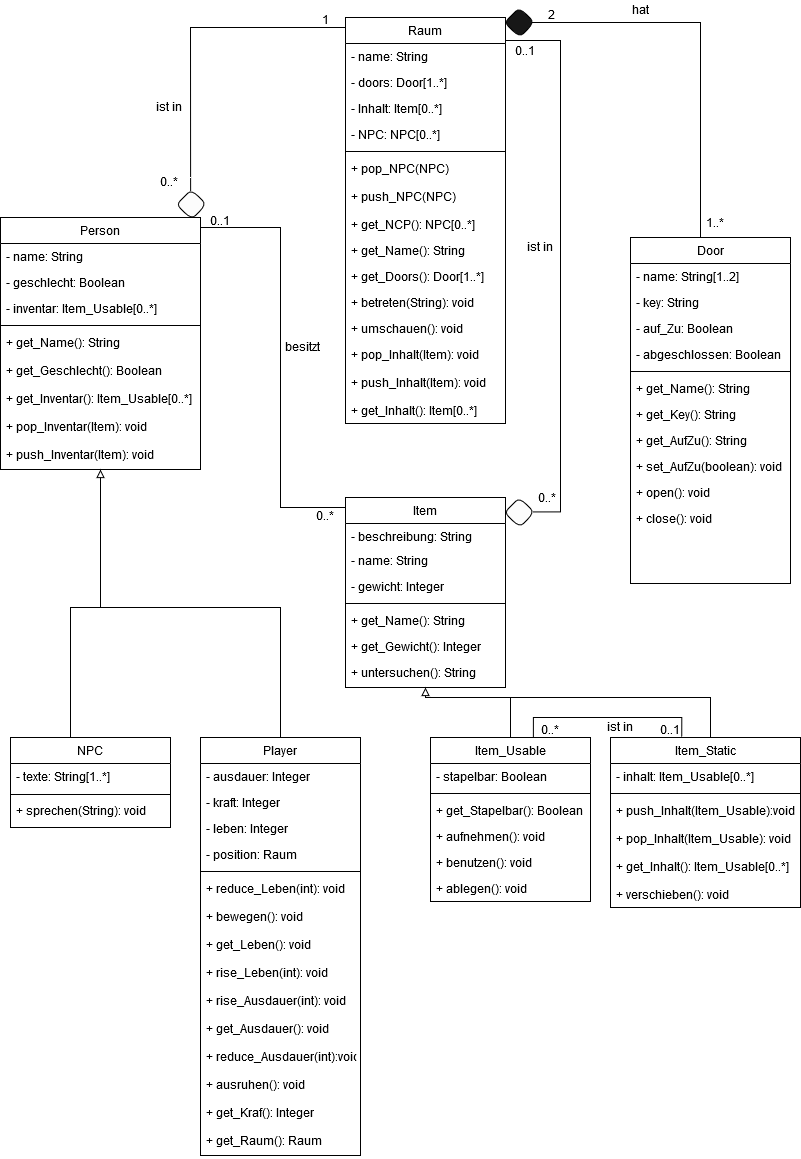
The draw.io diagram Klassendiagram.png in Elegond/AE-Text-Adventure, before a commit. Source tidied: cells renumbered, new cells last; positions are measured from the earlier drawing's top-left corner, leaving out a move shared by most shapes.
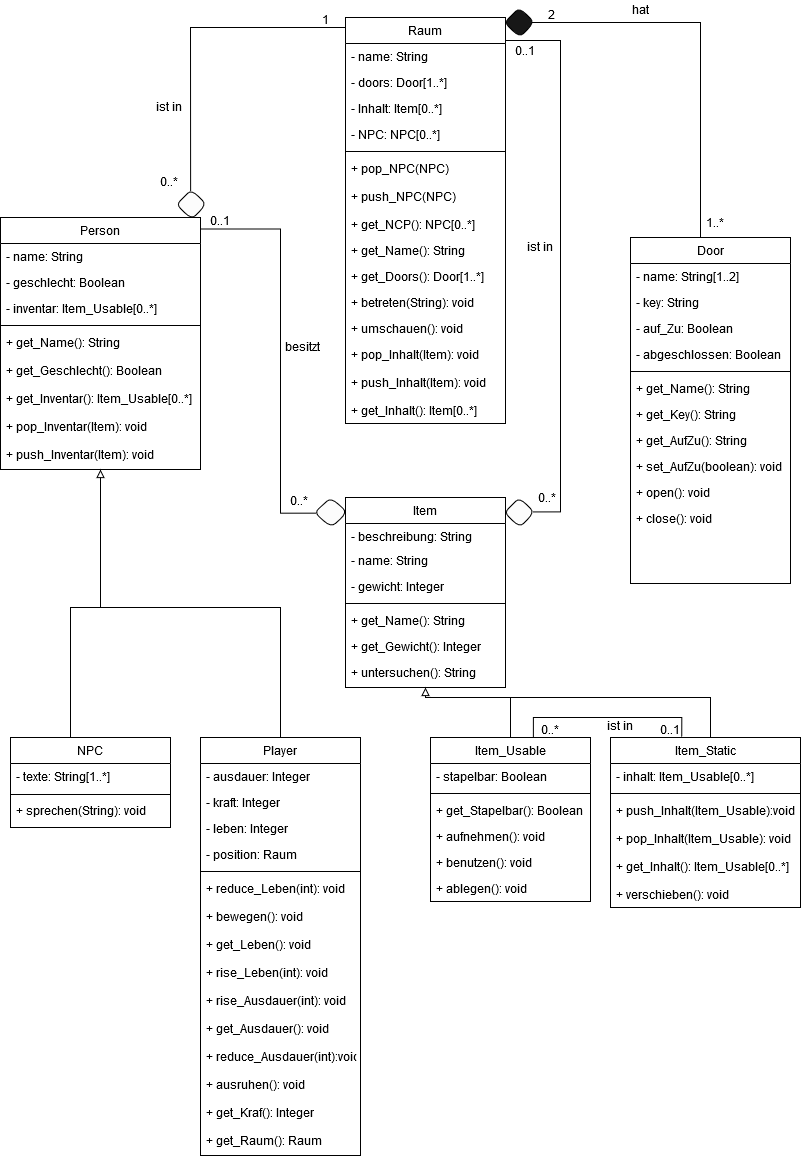
After the change.

The edit, as a diff of the source:
```diff
@@ -89,12 +89,11 @@
     <mxCell id="28" value="+ get_Inhalt(): Item[0..*]" style="text;align=left;verticalAlign=top;spacingLeft=4;spacingRight=4;overflow=hidden;" parent="13" vertex="1">
       <mxGeometry y="380" width="160" height="26" as="geometry" />
     </mxCell>
-    <mxCell id="29" style="edgeStyle=orthogonalEdgeStyle;rounded=0;jettySize=auto;html=1;exitX=0;exitY=0;exitDx=0;exitDy=0;entryX=0;entryY=1;entryDx=0;entryDy=0;endArrow=none;endFill=0;" parent="1" edge="1" source="30" target="76">
+    <mxCell id="29" style="edgeStyle=orthogonalEdgeStyle;rounded=0;jettySize=auto;html=1;exitX=0.056;exitY=0.522;exitDx=0;exitDy=0;entryX=0;entryY=1;entryDx=0;entryDy=0;endArrow=none;endFill=0;exitPerimeter=0;" parent="1" edge="1" source="109" target="76">
       <mxGeometry relative="1" as="geometry">
         <Array as="points">
-          <mxPoint x="345" y="507" />
-          <mxPoint x="280" y="507" />
-          <mxPoint x="280" y="227" />
+          <mxPoint x="280" y="513" />
+          <mxPoint x="280" y="229" />
         </Array>
       </mxGeometry>
     </mxCell>
@@ -261,7 +260,7 @@
       <mxGeometry x="200" y="211.5" width="40" height="17" as="geometry" />
     </mxCell>
     <mxCell id="77" value="0..*" style="text;html=1;strokeColor=none;fillColor=none;align=center;verticalAlign=middle;whiteSpace=wrap;rounded=0;" parent="1" vertex="1">
-      <mxGeometry x="305" y="506" width="40" height="17" as="geometry" />
+      <mxGeometry x="279" y="491" width="40" height="17" as="geometry" />
     </mxCell>
     <mxCell id="78" value="ist in" style="text;html=1;strokeColor=none;fillColor=none;align=center;verticalAlign=middle;whiteSpace=wrap;rounded=0;" parent="1" vertex="1">
       <mxGeometry x="149" y="97" width="40" height="17" as="geometry" />
@@ -371,5 +370,8 @@
     <mxCell id="108" style="rhombus;whiteSpace=wrap;html=1;rounded=1;fillColor=#FCFCFC;" parent="1" vertex="1">
       <mxGeometry x="504" y="497" width="30" height="30" as="geometry" />
     </mxCell>
+    <mxCell id="109" style="rhombus;whiteSpace=wrap;html=1;rounded=1;fillColor=#FCFCFC;" parent="1" vertex="1">
+      <mxGeometry x="314" y="497" width="33" height="30" as="geometry" />
+    </mxCell>
   </root>
 </mxGraphModel>
```
